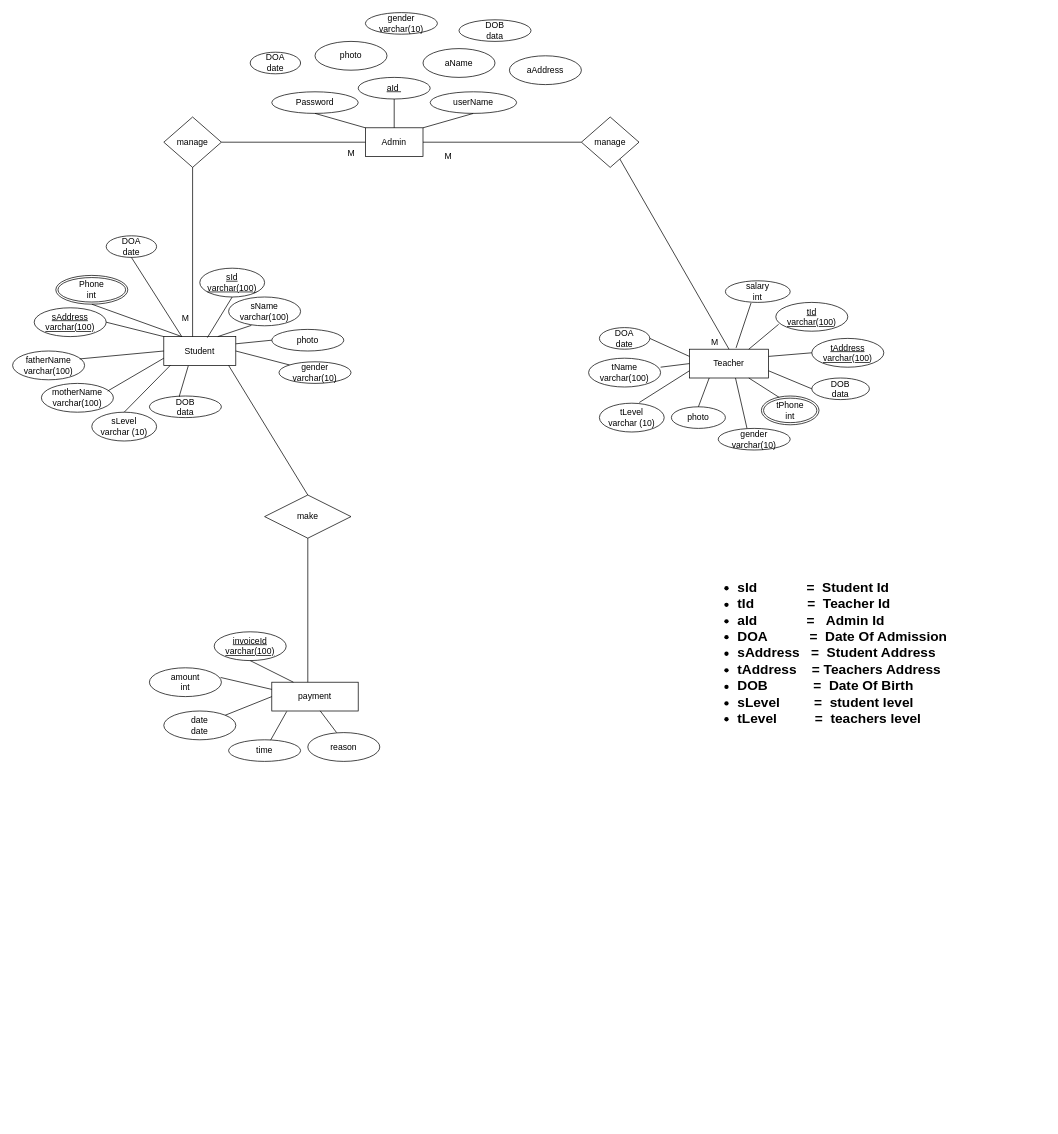
The draw.io diagram ER-Diagram.drawio in Dulara-Akalanka/Group-Software-Project, before the edit. Source tidied: cells renumbered, new cells numbered last; positions are measured from the earlier drawing's top-left corner, leaving out a move shared by most shapes. Both pictures are drawn from the tidied source at 72%, with x=0, y=0 at pixel (12, 12).
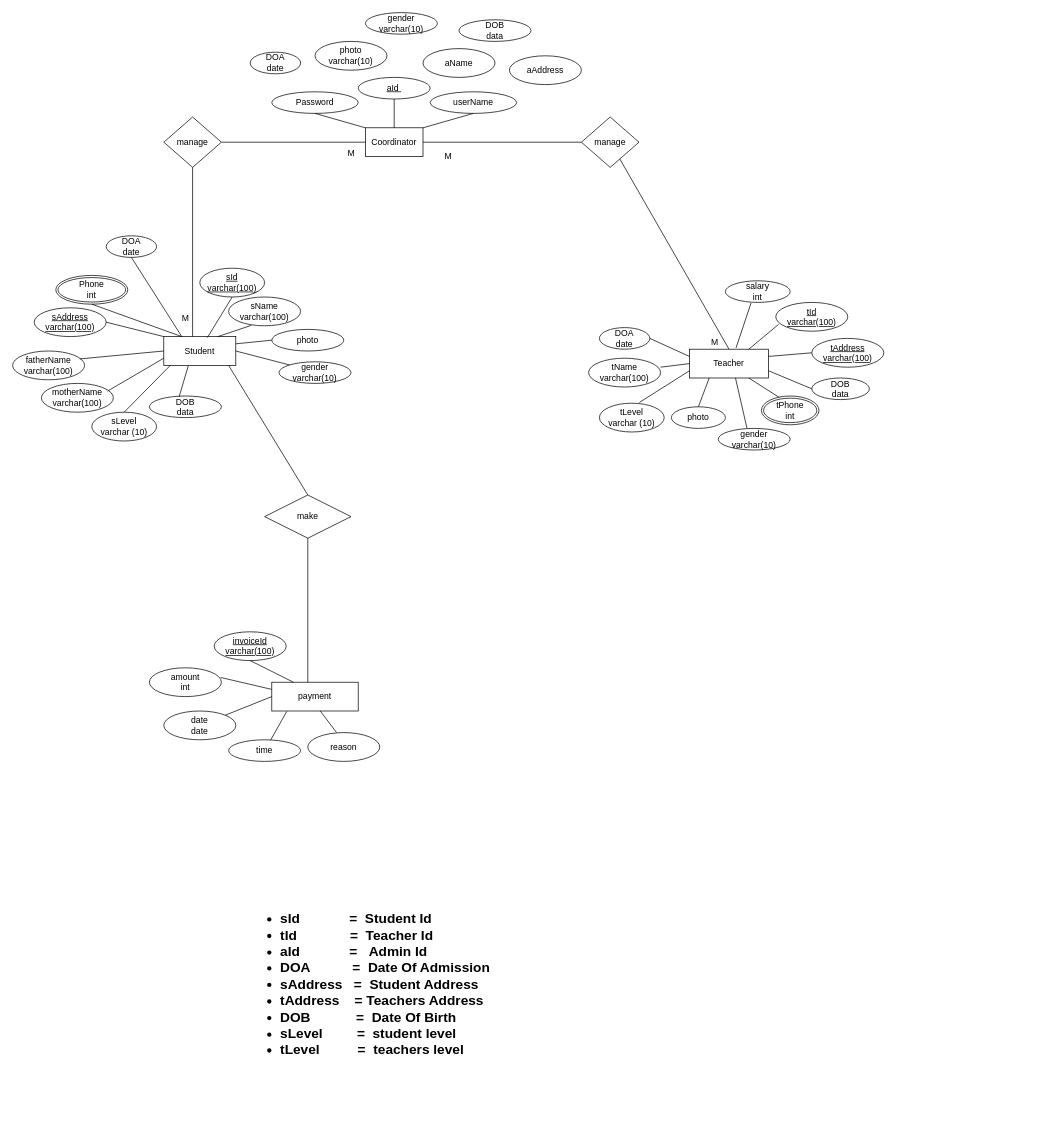
Above is the later version.

Diff of the diagram source:
```diff
@@
-    <mxCell id="29" value="Admin" style="whiteSpace=wrap;html=1;align=center;" parent="1" vertex="1">
+    <mxCell id="29" value="Coordinator" style="whiteSpace=wrap;html=1;align=center;" parent="1" vertex="1">
       <mxGeometry x="490" y="160" width="80" height="40" as="geometry" />
     </mxCell>
@@
     <mxCell id="55" value="&lt;blockquote style=&quot;margin: 0 0 0 40px; border: none; padding: 0px;&quot;&gt;&lt;div style=&quot;&quot;&gt;&lt;div style=&quot;font-size: 19px;&quot;&gt;&lt;ul&gt;&lt;li&gt;&lt;b&gt;&lt;span style=&quot;background-color: initial;&quot;&gt;sId&amp;nbsp; &amp;nbsp; &amp;nbsp; &amp;nbsp; &amp;nbsp; &amp;nbsp; &amp;nbsp;=&amp;nbsp;&amp;nbsp;&lt;/span&gt;&lt;span style=&quot;background-color: initial;&quot;&gt;Student Id&lt;/span&gt;&lt;/b&gt;&lt;/li&gt;&lt;li&gt;&lt;span style=&quot;background-color: initial;&quot;&gt;&lt;b&gt;tId&amp;nbsp; &amp;nbsp; &amp;nbsp; &amp;nbsp; &amp;nbsp; &amp;nbsp; &amp;nbsp; =&amp;nbsp; Teacher Id&amp;nbsp;&amp;nbsp;&lt;/b&gt;&lt;/span&gt;&lt;/li&gt;&lt;li&gt;&lt;span style=&quot;background-color: initial;&quot;&gt;&lt;b&gt;aId&amp;nbsp; &amp;nbsp; &amp;nbsp; &amp;nbsp; &amp;nbsp; &amp;nbsp; &amp;nbsp;=&amp;nbsp; &amp;nbsp;&lt;b style=&quot;border-color: var(--border-color);&quot;&gt;Admin Id&lt;/b&gt;&amp;nbsp;&amp;nbsp; &amp;nbsp; &amp;nbsp; &amp;nbsp; &amp;nbsp;&amp;nbsp;&lt;/b&gt;&lt;/span&gt;&lt;/li&gt;&lt;li&gt;&lt;span style=&quot;background-color: initial;&quot;&gt;&lt;b&gt;DOA&amp;nbsp; &amp;nbsp; &amp;nbsp; &amp;nbsp; &amp;nbsp; &amp;nbsp;=&amp;nbsp; Date Of Admission&lt;/b&gt;&lt;/span&gt;&lt;/li&gt;&lt;li&gt;&lt;span style=&quot;background-color: initial;&quot;&gt;&lt;b&gt;sAddress&amp;nbsp; &amp;nbsp;=&amp;nbsp; Student Address&lt;/b&gt;&lt;/span&gt;&lt;/li&gt;&lt;li&gt;&lt;span style=&quot;background-color: initial;&quot;&gt;&lt;b&gt;tAddress&amp;nbsp; &amp;nbsp; = Teachers Address&lt;/b&gt;&lt;/span&gt;&lt;/li&gt;&lt;li&gt;&lt;span style=&quot;background-color: initial;&quot;&gt;&lt;b&gt;DOB&amp;nbsp; &amp;nbsp; &amp;nbsp; &amp;nbsp; &amp;nbsp; &amp;nbsp; =&amp;nbsp; Date Of Birth&lt;/b&gt;&lt;/span&gt;&lt;/li&gt;&lt;li&gt;&lt;span style=&quot;background-color: initial;&quot;&gt;&lt;b&gt;sLevel&amp;nbsp; &amp;nbsp; &amp;nbsp; &amp;nbsp; &amp;nbsp;=&amp;nbsp; student level&lt;/b&gt;&lt;/span&gt;&lt;/li&gt;&lt;li&gt;&lt;span style=&quot;background-color: initial;&quot;&gt;&lt;b&gt;tLevel&amp;nbsp; &amp;nbsp; &amp;nbsp; &amp;nbsp; &amp;nbsp; =&amp;nbsp; teachers level&lt;/b&gt;&lt;/span&gt;&lt;/li&gt;&lt;/ul&gt;&lt;/div&gt;&lt;/div&gt;&lt;/blockquote&gt;" style="text;html=1;strokeColor=none;fillColor=none;align=left;verticalAlign=middle;whiteSpace=wrap;rounded=0;" parent="1" vertex="1">
-      <mxGeometry x="925" y="700" width="510" height="380" as="geometry" />
+      <mxGeometry x="290" y="1160" width="510" height="380" as="geometry" />
     </mxCell>
@@
-    <mxCell id="71" value="photo" style="ellipse;whiteSpace=wrap;html=1;align=center;" parent="1" vertex="1">
+    <mxCell id="71" value="photo&lt;br&gt;varchar(10)" style="ellipse;whiteSpace=wrap;html=1;align=center;" parent="1" vertex="1">
       <mxGeometry x="420" y="40" width="100" height="40" as="geometry" />
     </mxCell>
```
